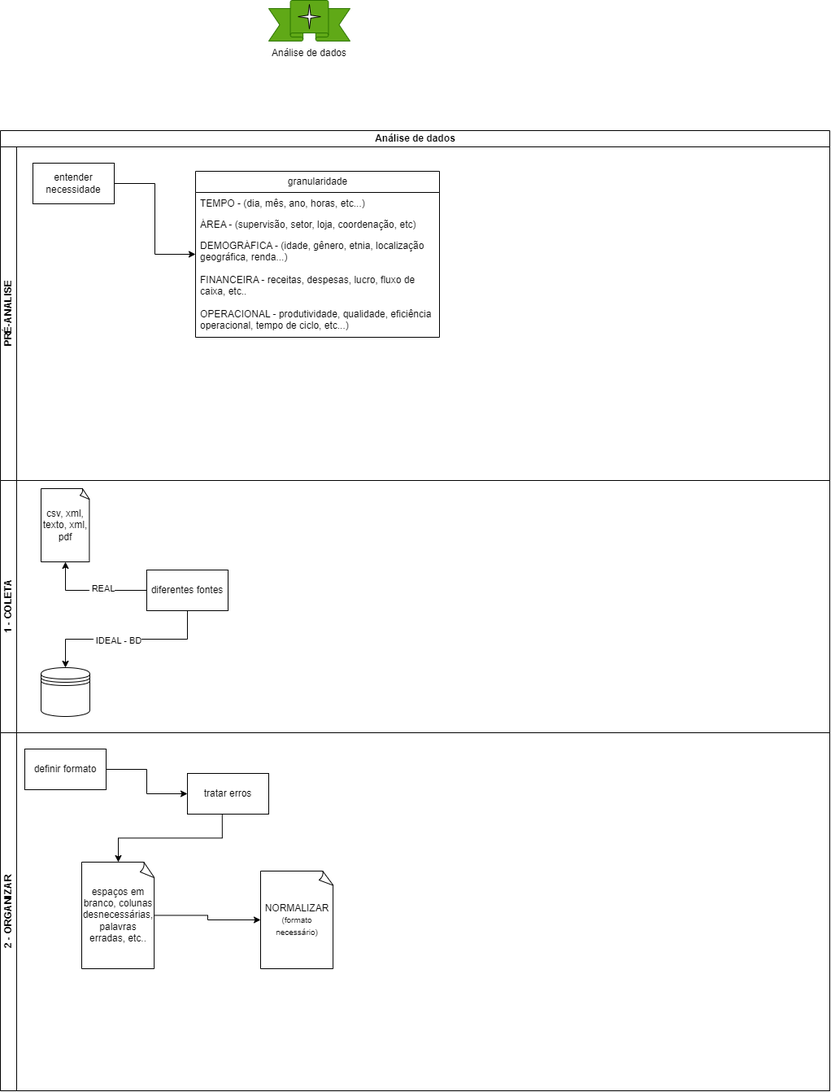
RenatoDeFreitas/ANALISE-DE-DADOS keeps this draw.io diagram as mapa-mental/Analise-de-dados.drawio.png. Above is the earlier version. Source tidied: cells renumbered, new cells last; positions are measured from the earlier drawing's top-left corner, leaving out a move shared by most shapes.
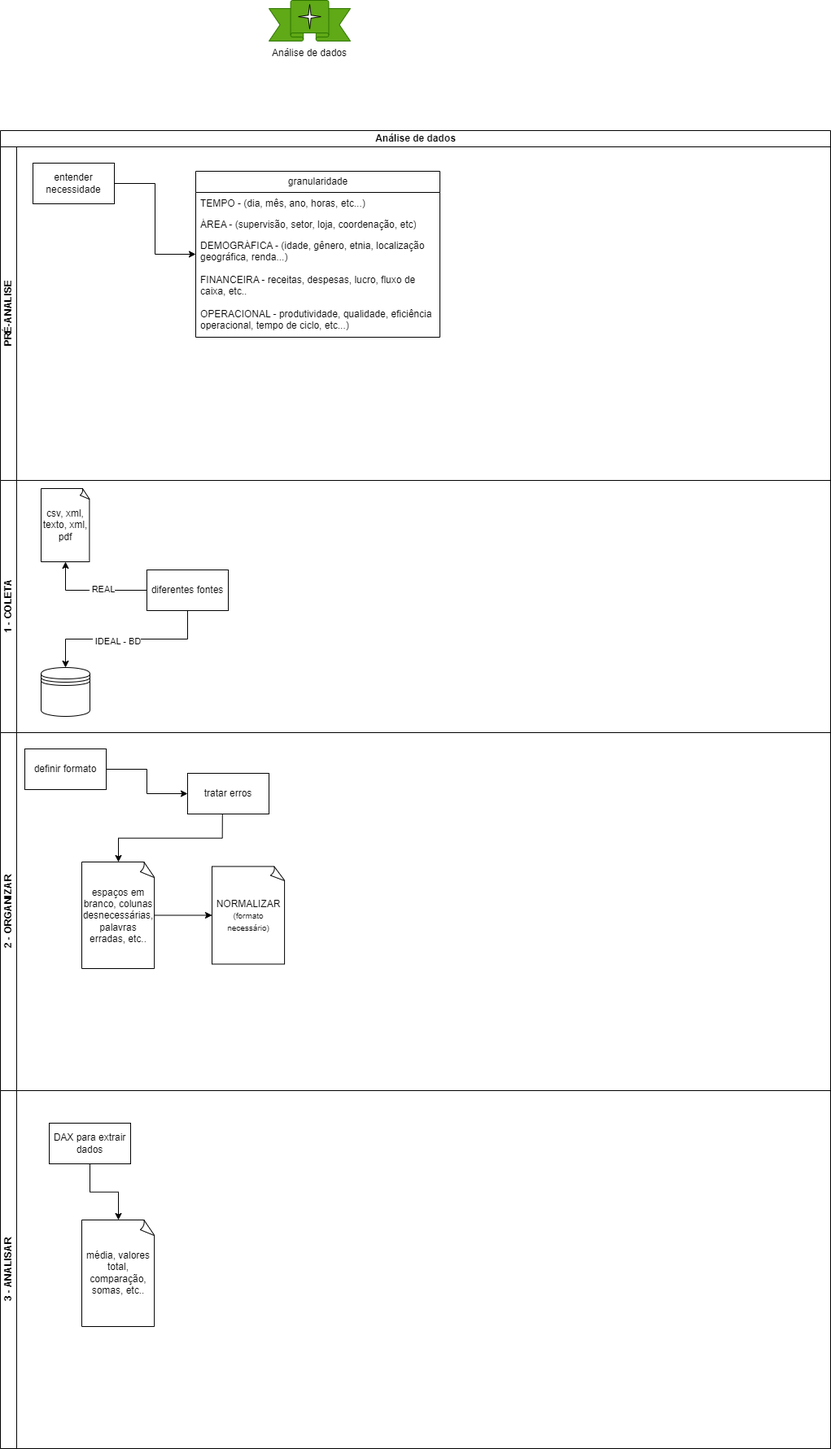
After the change.

The edit, as a diff of the source:
```diff
@@ -15,7 +15,7 @@
       <mxGeometry x="71.2" y="5" width="27.5" height="30" as="geometry" />
     </mxCell>
     <mxCell id="6" value="Análise de dados" style="swimlane;horizontal=1;startSize=20;html=1;" parent="1" vertex="1">
-      <mxGeometry y="160" width="1020" height="1180" as="geometry" />
+      <mxGeometry y="160" width="1020" height="1620" as="geometry" />
     </mxCell>
     <mxCell id="7" value="PRÉ-ANALISE" style="swimlane;startSize=20;horizontal=0;html=1;" parent="6" vertex="1">
       <mxGeometry y="20" width="1020" height="410" as="geometry" />
@@ -90,7 +90,19 @@
       <mxGeometry x="100" y="159" width="90" height="131" as="geometry" />
     </mxCell>
     <mxCell id="31" value="NORMALIZAR&lt;font style=&quot;font-size: 10px;&quot;&gt; (formato necessário)&lt;/font&gt;" style="whiteSpace=wrap;html=1;shape=mxgraph.basic.document;" parent="24" vertex="1">
-      <mxGeometry x="320" y="170" width="90" height="120" as="geometry" />
+      <mxGeometry x="260" y="164.5" width="90" height="120" as="geometry" />
     </mxCell>
+    <mxCell id="32" value="3 - ANALISAR" style="swimlane;startSize=20;horizontal=0;html=1;" parent="6" vertex="1">
+      <mxGeometry y="1180" width="1020" height="440" as="geometry" />
+    </mxCell>
+    <mxCell id="33" style="edgeStyle=orthogonalEdgeStyle;rounded=0;jettySize=auto;html=1;entryX=0.5;entryY=0;entryDx=0;entryDy=0;entryPerimeter=0;" parent="32" edge="1" source="34" target="35">
+      <mxGeometry relative="1" as="geometry" />
+    </mxCell>
+    <mxCell id="34" value="DAX para extrair dados" style="rounded=0;whiteSpace=wrap;html=1;" parent="32" vertex="1">
+      <mxGeometry x="60" y="40" width="100" height="50" as="geometry" />
+    </mxCell>
+    <mxCell id="35" value="média, valores total, comparação, somas, etc.." style="whiteSpace=wrap;html=1;shape=mxgraph.basic.document;" parent="32" vertex="1">
+      <mxGeometry x="100" y="159" width="90" height="131" as="geometry" />
+    </mxCell>
   </root>
 </mxGraphModel>
```
